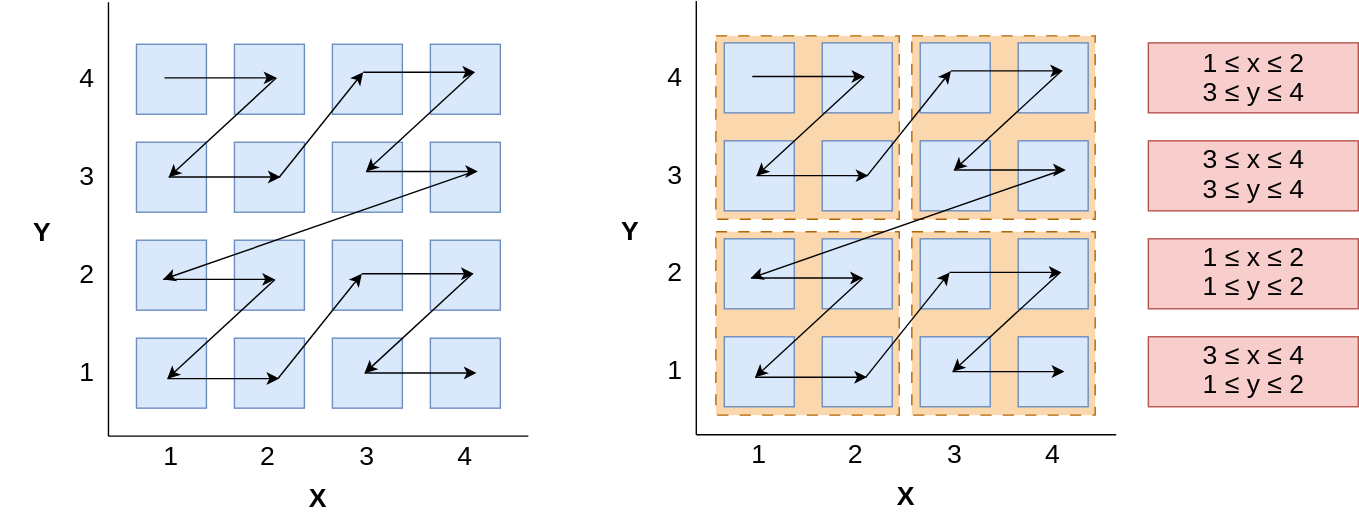
Earlier version of the draw.io export assets/posts/spatial-index/z-order.svg (addu390/addu390.github.io). Source tidied: cells renumbered, new cells last; positions are measured from the earlier drawing's top-left corner, leaving out a move shared by most shapes.
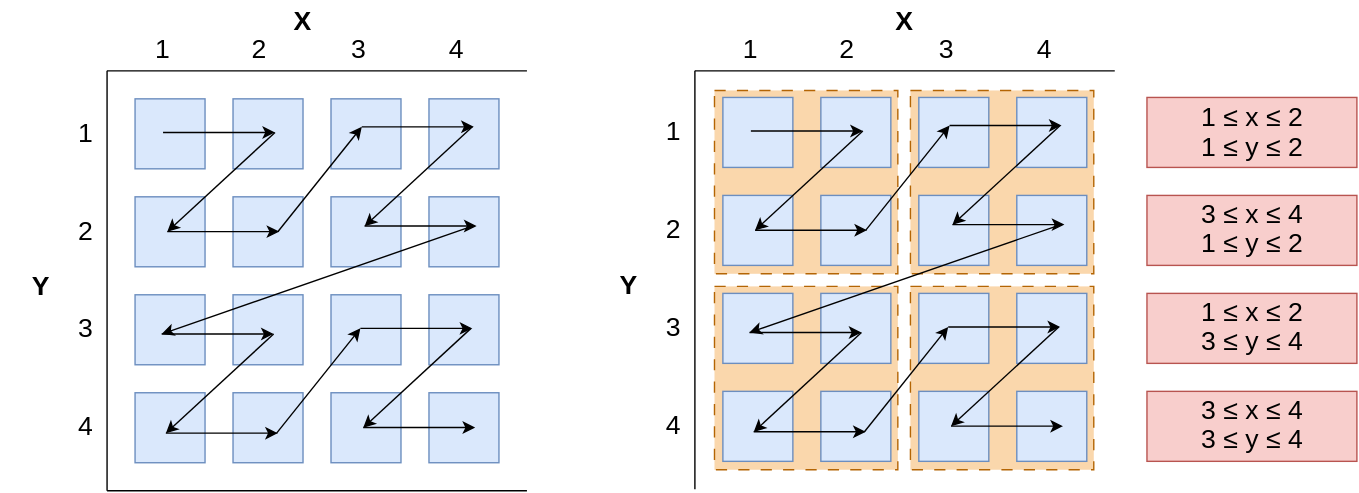
Above is the later version.

Diff of the diagram source:
```diff
@@ -65,7 +65,7 @@
     <mxCell id="22" style="endArrow=none;html=1;rounded=0;endFill=0;" parent="1" edge="1">
       <mxGeometry relative="1" as="geometry">
         <mxPoint x="77" y="311" as="sourcePoint" />
-        <mxPoint x="77" y="1" as="targetPoint" />
+        <mxPoint x="77" y="11" as="targetPoint" />
       </mxGeometry>
     </mxCell>
     <mxCell id="23" style="endArrow=none;html=1;rounded=0;endFill=0;" parent="1" edge="1">
@@ -75,31 +75,31 @@
       </mxGeometry>
     </mxCell>
     <mxCell id="24" value="&lt;font style=&quot;font-size: 19px;&quot;&gt;1&lt;/font&gt;" style="text;html=1;align=center;verticalAlign=middle;whiteSpace=wrap;rounded=0;" parent="1" vertex="1">
-      <mxGeometry x="92" y="311" width="60" height="30" as="geometry" />
+      <mxGeometry x="87" y="-19" width="60" height="30" as="geometry" />
     </mxCell>
     <mxCell id="25" value="&lt;font style=&quot;font-size: 19px;&quot;&gt;2&lt;/font&gt;" style="text;html=1;align=center;verticalAlign=middle;whiteSpace=wrap;rounded=0;" parent="1" vertex="1">
-      <mxGeometry x="161" y="311" width="60" height="30" as="geometry" />
+      <mxGeometry x="156" y="-19" width="60" height="30" as="geometry" />
     </mxCell>
     <mxCell id="26" value="&lt;font style=&quot;font-size: 19px;&quot;&gt;3&lt;/font&gt;" style="text;html=1;align=center;verticalAlign=middle;whiteSpace=wrap;rounded=0;" parent="1" vertex="1">
-      <mxGeometry x="232" y="311" width="60" height="30" as="geometry" />
+      <mxGeometry x="227" y="-19" width="60" height="30" as="geometry" />
     </mxCell>
     <mxCell id="27" value="&lt;font style=&quot;font-size: 19px;&quot;&gt;4&lt;/font&gt;" style="text;html=1;align=center;verticalAlign=middle;whiteSpace=wrap;rounded=0;" parent="1" vertex="1">
-      <mxGeometry x="302" y="311" width="60" height="30" as="geometry" />
+      <mxGeometry x="297" y="-19" width="60" height="30" as="geometry" />
     </mxCell>
-    <mxCell id="28" value="&lt;font style=&quot;font-size: 19px;&quot;&gt;1&lt;/font&gt;" style="text;html=1;align=center;verticalAlign=middle;whiteSpace=wrap;rounded=0;" parent="1" vertex="1">
+    <mxCell id="28" value="&lt;font style=&quot;font-size: 19px;&quot;&gt;4&lt;/font&gt;" style="text;html=1;align=center;verticalAlign=middle;whiteSpace=wrap;rounded=0;" parent="1" vertex="1">
       <mxGeometry x="32" y="251" width="60" height="30" as="geometry" />
     </mxCell>
-    <mxCell id="29" value="&lt;font style=&quot;font-size: 19px;&quot;&gt;2&lt;/font&gt;" style="text;html=1;align=center;verticalAlign=middle;whiteSpace=wrap;rounded=0;" parent="1" vertex="1">
+    <mxCell id="29" value="&lt;font style=&quot;font-size: 19px;&quot;&gt;3&lt;/font&gt;" style="text;html=1;align=center;verticalAlign=middle;whiteSpace=wrap;rounded=0;" parent="1" vertex="1">
       <mxGeometry x="32" y="181" width="60" height="30" as="geometry" />
     </mxCell>
-    <mxCell id="30" value="&lt;font style=&quot;font-size: 19px;&quot;&gt;3&lt;/font&gt;" style="text;html=1;align=center;verticalAlign=middle;whiteSpace=wrap;rounded=0;" parent="1" vertex="1">
+    <mxCell id="30" value="&lt;font style=&quot;font-size: 19px;&quot;&gt;2&lt;/font&gt;" style="text;html=1;align=center;verticalAlign=middle;whiteSpace=wrap;rounded=0;" parent="1" vertex="1">
       <mxGeometry x="32" y="111" width="60" height="30" as="geometry" />
     </mxCell>
-    <mxCell id="31" value="&lt;font style=&quot;font-size: 19px;&quot;&gt;4&lt;/font&gt;" style="text;html=1;align=center;verticalAlign=middle;whiteSpace=wrap;rounded=0;" parent="1" vertex="1">
+    <mxCell id="31" value="&lt;font style=&quot;font-size: 19px;&quot;&gt;1&lt;/font&gt;" style="text;html=1;align=center;verticalAlign=middle;whiteSpace=wrap;rounded=0;" parent="1" vertex="1">
       <mxGeometry x="32" y="41" width="60" height="30" as="geometry" />
     </mxCell>
     <mxCell id="32" value="&lt;font style=&quot;font-size: 19px;&quot;&gt;&lt;b&gt;X&lt;/b&gt;&lt;/font&gt;" style="text;html=1;align=center;verticalAlign=middle;whiteSpace=wrap;rounded=0;" parent="1" vertex="1">
-      <mxGeometry x="197" y="341" width="60" height="30" as="geometry" />
+      <mxGeometry x="187" y="-39" width="60" height="30" as="geometry" />
     </mxCell>
     <mxCell id="33" value="&lt;font style=&quot;font-size: 19px;&quot;&gt;&lt;b&gt;Y&lt;/b&gt;&lt;/font&gt;" style="text;html=1;align=center;verticalAlign=middle;whiteSpace=wrap;rounded=0;" parent="1" vertex="1">
       <mxGeometry y="151" width="60" height="30" as="geometry" />
@@ -244,41 +244,35 @@
     <mxCell id="65" style="endArrow=none;html=1;rounded=0;endFill=0;" parent="1" edge="1">
       <mxGeometry relative="1" as="geometry">
         <mxPoint x="497" y="310" as="sourcePoint" />
-        <mxPoint x="497" as="targetPoint" />
+        <mxPoint x="497" y="11" as="targetPoint" />
       </mxGeometry>
     </mxCell>
-    <mxCell id="66" style="endArrow=none;html=1;rounded=0;endFill=0;" parent="1" edge="1">
-      <mxGeometry relative="1" as="geometry">
-        <mxPoint x="497" y="310" as="sourcePoint" />
-        <mxPoint x="797" y="310" as="targetPoint" />
-      </mxGeometry>
-    </mxCell>
     <mxCell id="67" value="&lt;font style=&quot;font-size: 19px;&quot;&gt;1&lt;/font&gt;" style="text;html=1;align=center;verticalAlign=middle;whiteSpace=wrap;rounded=0;" parent="1" vertex="1">
-      <mxGeometry x="512" y="310" width="60" height="30" as="geometry" />
+      <mxGeometry x="507" y="-19" width="60" height="30" as="geometry" />
     </mxCell>
     <mxCell id="68" value="&lt;font style=&quot;font-size: 19px;&quot;&gt;2&lt;/font&gt;" style="text;html=1;align=center;verticalAlign=middle;whiteSpace=wrap;rounded=0;" parent="1" vertex="1">
-      <mxGeometry x="581" y="310" width="60" height="30" as="geometry" />
+      <mxGeometry x="576" y="-19" width="60" height="30" as="geometry" />
     </mxCell>
     <mxCell id="69" value="&lt;font style=&quot;font-size: 19px;&quot;&gt;3&lt;/font&gt;" style="text;html=1;align=center;verticalAlign=middle;whiteSpace=wrap;rounded=0;" parent="1" vertex="1">
-      <mxGeometry x="652" y="310" width="60" height="30" as="geometry" />
+      <mxGeometry x="647" y="-19" width="60" height="30" as="geometry" />
     </mxCell>
     <mxCell id="70" value="&lt;font style=&quot;font-size: 19px;&quot;&gt;4&lt;/font&gt;" style="text;html=1;align=center;verticalAlign=middle;whiteSpace=wrap;rounded=0;" parent="1" vertex="1">
-      <mxGeometry x="722" y="310" width="60" height="30" as="geometry" />
+      <mxGeometry x="717" y="-19" width="60" height="30" as="geometry" />
     </mxCell>
-    <mxCell id="71" value="&lt;font style=&quot;font-size: 19px;&quot;&gt;1&lt;/font&gt;" style="text;html=1;align=center;verticalAlign=middle;whiteSpace=wrap;rounded=0;" parent="1" vertex="1">
+    <mxCell id="71" value="&lt;font style=&quot;font-size: 19px;&quot;&gt;4&lt;/font&gt;" style="text;html=1;align=center;verticalAlign=middle;whiteSpace=wrap;rounded=0;" parent="1" vertex="1">
       <mxGeometry x="452" y="250" width="60" height="30" as="geometry" />
     </mxCell>
-    <mxCell id="72" value="&lt;font style=&quot;font-size: 19px;&quot;&gt;2&lt;/font&gt;" style="text;html=1;align=center;verticalAlign=middle;whiteSpace=wrap;rounded=0;" parent="1" vertex="1">
+    <mxCell id="72" value="&lt;font style=&quot;font-size: 19px;&quot;&gt;3&lt;/font&gt;" style="text;html=1;align=center;verticalAlign=middle;whiteSpace=wrap;rounded=0;" parent="1" vertex="1">
       <mxGeometry x="452" y="180" width="60" height="30" as="geometry" />
     </mxCell>
-    <mxCell id="73" value="&lt;font style=&quot;font-size: 19px;&quot;&gt;3&lt;/font&gt;" style="text;html=1;align=center;verticalAlign=middle;whiteSpace=wrap;rounded=0;" parent="1" vertex="1">
+    <mxCell id="73" value="&lt;font style=&quot;font-size: 19px;&quot;&gt;2&lt;/font&gt;" style="text;html=1;align=center;verticalAlign=middle;whiteSpace=wrap;rounded=0;" parent="1" vertex="1">
       <mxGeometry x="452" y="110" width="60" height="30" as="geometry" />
     </mxCell>
-    <mxCell id="74" value="&lt;font style=&quot;font-size: 19px;&quot;&gt;4&lt;/font&gt;" style="text;html=1;align=center;verticalAlign=middle;whiteSpace=wrap;rounded=0;" parent="1" vertex="1">
+    <mxCell id="74" value="&lt;font style=&quot;font-size: 19px;&quot;&gt;1&lt;/font&gt;" style="text;html=1;align=center;verticalAlign=middle;whiteSpace=wrap;rounded=0;" parent="1" vertex="1">
       <mxGeometry x="452" y="40" width="60" height="30" as="geometry" />
     </mxCell>
     <mxCell id="75" value="&lt;font style=&quot;font-size: 19px;&quot;&gt;&lt;b&gt;X&lt;/b&gt;&lt;/font&gt;" style="text;html=1;align=center;verticalAlign=middle;whiteSpace=wrap;rounded=0;" parent="1" vertex="1">
-      <mxGeometry x="617" y="340" width="60" height="30" as="geometry" />
+      <mxGeometry x="617" y="-39" width="60" height="30" as="geometry" />
     </mxCell>
     <mxCell id="76" value="&lt;font style=&quot;font-size: 19px;&quot;&gt;&lt;b&gt;Y&lt;/b&gt;&lt;/font&gt;" style="text;html=1;align=center;verticalAlign=middle;whiteSpace=wrap;rounded=0;" parent="1" vertex="1">
       <mxGeometry x="420" y="150" width="60" height="30" as="geometry" />
@@ -375,7 +369,7 @@
     <mxCell id="92" style="rounded=0;whiteSpace=wrap;html=1;fillColor=#f8cecc;strokeColor=#b85450;" parent="1" vertex="1">
       <mxGeometry x="820" y="30" width="150" height="50" as="geometry" />
     </mxCell>
-    <mxCell id="93" value="&lt;font style=&quot;font-size: 19px;&quot;&gt;&lt;span class=&quot;base&quot;&gt;&lt;span class=&quot;mord mathnormal&quot;&gt;3&amp;nbsp;&lt;/span&gt;&lt;span class=&quot;mspace&quot;&gt;&lt;/span&gt;&lt;span class=&quot;mrel&quot;&gt;≤ y&lt;/span&gt;&lt;/span&gt;&lt;span class=&quot;base&quot;&gt;&lt;span class=&quot;mord mathnormal&quot;&gt;&amp;nbsp;&lt;/span&gt;&lt;span class=&quot;mspace&quot;&gt;&lt;/span&gt;&lt;span class=&quot;mrel&quot;&gt;≤ 4&lt;/span&gt;&lt;/span&gt;&lt;/font&gt;" style="text;html=1;align=center;verticalAlign=middle;whiteSpace=wrap;rounded=0;" parent="1" vertex="1">
+    <mxCell id="93" value="&lt;font style=&quot;font-size: 19px;&quot;&gt;&lt;span class=&quot;base&quot;&gt;&lt;span class=&quot;mord mathnormal&quot;&gt;1&amp;nbsp;&lt;/span&gt;&lt;span class=&quot;mspace&quot;&gt;&lt;/span&gt;&lt;span class=&quot;mrel&quot;&gt;≤ y&lt;/span&gt;&lt;/span&gt;&lt;span class=&quot;base&quot;&gt;&lt;span class=&quot;mord mathnormal&quot;&gt;&amp;nbsp;&lt;/span&gt;&lt;span class=&quot;mspace&quot;&gt;&lt;/span&gt;&lt;span class=&quot;mrel&quot;&gt;≤ 2&lt;/span&gt;&lt;/span&gt;&lt;/font&gt;" style="text;html=1;align=center;verticalAlign=middle;whiteSpace=wrap;rounded=0;" parent="1" vertex="1">
       <mxGeometry x="857.5" y="61" width="75" height="10" as="geometry" />
     </mxCell>
     <mxCell id="94" value="&lt;span style=&quot;font-size: 19px;&quot; class=&quot;base&quot;&gt;&lt;span class=&quot;mord mathnormal&quot;&gt;1&amp;nbsp;&lt;/span&gt;&lt;span class=&quot;mspace&quot;&gt;&lt;/span&gt;&lt;span class=&quot;mrel&quot;&gt;≤&amp;nbsp;&lt;/span&gt;&lt;span class=&quot;mspace&quot;&gt;&lt;/span&gt;&lt;/span&gt;&lt;span style=&quot;font-size: 19px;&quot; class=&quot;base&quot;&gt;&lt;span class=&quot;strut&quot;&gt;&lt;/span&gt;&lt;span class=&quot;mord mathnormal&quot;&gt;x&amp;nbsp;&lt;/span&gt;&lt;span class=&quot;mspace&quot;&gt;&lt;/span&gt;&lt;span class=&quot;mrel&quot;&gt;≤ 2&lt;/span&gt;&lt;/span&gt;" style="text;html=1;align=center;verticalAlign=middle;whiteSpace=wrap;rounded=0;" parent="1" vertex="1">
@@ -390,23 +384,35 @@
     <mxCell id="97" style="rounded=0;whiteSpace=wrap;html=1;fillColor=#f8cecc;strokeColor=#b85450;" parent="1" vertex="1">
       <mxGeometry x="820" y="240" width="150" height="50" as="geometry" />
     </mxCell>
-    <mxCell id="98" value="&lt;font style=&quot;font-size: 19px;&quot;&gt;&lt;span class=&quot;base&quot;&gt;&lt;span class=&quot;mord mathnormal&quot;&gt;3&amp;nbsp;&lt;/span&gt;&lt;span class=&quot;mspace&quot;&gt;&lt;/span&gt;&lt;span class=&quot;mrel&quot;&gt;≤ y&lt;/span&gt;&lt;/span&gt;&lt;span class=&quot;base&quot;&gt;&lt;span class=&quot;mord mathnormal&quot;&gt;&amp;nbsp;&lt;/span&gt;&lt;span class=&quot;mspace&quot;&gt;&lt;/span&gt;&lt;span class=&quot;mrel&quot;&gt;≤ 4&lt;/span&gt;&lt;/span&gt;&lt;/font&gt;" style="text;html=1;align=center;verticalAlign=middle;whiteSpace=wrap;rounded=0;" parent="1" vertex="1">
+    <mxCell id="98" value="&lt;font style=&quot;font-size: 19px;&quot;&gt;&lt;span class=&quot;base&quot;&gt;&lt;span class=&quot;mord mathnormal&quot;&gt;1&amp;nbsp;&lt;/span&gt;&lt;span class=&quot;mspace&quot;&gt;&lt;/span&gt;&lt;span class=&quot;mrel&quot;&gt;≤ y&lt;/span&gt;&lt;/span&gt;&lt;span class=&quot;base&quot;&gt;&lt;span class=&quot;mord mathnormal&quot;&gt;&amp;nbsp;&lt;/span&gt;&lt;span class=&quot;mspace&quot;&gt;&lt;/span&gt;&lt;span class=&quot;mrel&quot;&gt;≤ 2&lt;/span&gt;&lt;/span&gt;&lt;/font&gt;" style="text;html=1;align=center;verticalAlign=middle;whiteSpace=wrap;rounded=0;" parent="1" vertex="1">
       <mxGeometry x="857.5" y="129.5" width="75" height="10" as="geometry" />
     </mxCell>
     <mxCell id="99" value="&lt;span style=&quot;font-size: 19px;&quot; class=&quot;base&quot;&gt;&lt;span class=&quot;mord mathnormal&quot;&gt;3&amp;nbsp;&lt;/span&gt;&lt;span class=&quot;mspace&quot;&gt;&lt;/span&gt;&lt;span class=&quot;mrel&quot;&gt;≤&amp;nbsp;&lt;/span&gt;&lt;span class=&quot;mspace&quot;&gt;&lt;/span&gt;&lt;/span&gt;&lt;span style=&quot;font-size: 19px;&quot; class=&quot;base&quot;&gt;&lt;span class=&quot;strut&quot;&gt;&lt;/span&gt;&lt;span class=&quot;mord mathnormal&quot;&gt;x&amp;nbsp;&lt;/span&gt;&lt;span class=&quot;mspace&quot;&gt;&lt;/span&gt;&lt;span class=&quot;mrel&quot;&gt;≤ 4&lt;/span&gt;&lt;/span&gt;" style="text;html=1;align=center;verticalAlign=middle;whiteSpace=wrap;rounded=0;" parent="1" vertex="1">
       <mxGeometry x="852.5" y="108.5" width="85" height="10" as="geometry" />
     </mxCell>
-    <mxCell id="100" value="&lt;font style=&quot;font-size: 19px;&quot;&gt;&lt;span class=&quot;base&quot;&gt;&lt;span class=&quot;mord mathnormal&quot;&gt;1&amp;nbsp;&lt;/span&gt;&lt;span class=&quot;mspace&quot;&gt;&lt;/span&gt;&lt;span class=&quot;mrel&quot;&gt;≤ y&lt;/span&gt;&lt;/span&gt;&lt;span class=&quot;base&quot;&gt;&lt;span class=&quot;mord mathnormal&quot;&gt;&amp;nbsp;&lt;/span&gt;&lt;span class=&quot;mspace&quot;&gt;&lt;/span&gt;&lt;span class=&quot;mrel&quot;&gt;≤ 2&lt;/span&gt;&lt;/span&gt;&lt;/font&gt;" style="text;html=1;align=center;verticalAlign=middle;whiteSpace=wrap;rounded=0;" parent="1" vertex="1">
+    <mxCell id="100" value="&lt;font style=&quot;font-size: 19px;&quot;&gt;&lt;span class=&quot;base&quot;&gt;&lt;span class=&quot;mord mathnormal&quot;&gt;3&amp;nbsp;&lt;/span&gt;&lt;span class=&quot;mspace&quot;&gt;&lt;/span&gt;&lt;span class=&quot;mrel&quot;&gt;≤ y&lt;/span&gt;&lt;/span&gt;&lt;span class=&quot;base&quot;&gt;&lt;span class=&quot;mord mathnormal&quot;&gt;&amp;nbsp;&lt;/span&gt;&lt;span class=&quot;mspace&quot;&gt;&lt;/span&gt;&lt;span class=&quot;mrel&quot;&gt;≤ 4&lt;/span&gt;&lt;/span&gt;&lt;/font&gt;" style="text;html=1;align=center;verticalAlign=middle;whiteSpace=wrap;rounded=0;" parent="1" vertex="1">
       <mxGeometry x="857.5" y="199.5" width="75" height="10" as="geometry" />
     </mxCell>
     <mxCell id="101" value="&lt;span style=&quot;font-size: 19px;&quot; class=&quot;base&quot;&gt;&lt;span class=&quot;mord mathnormal&quot;&gt;1&amp;nbsp;&lt;/span&gt;&lt;span class=&quot;mspace&quot;&gt;&lt;/span&gt;&lt;span class=&quot;mrel&quot;&gt;≤&amp;nbsp;&lt;/span&gt;&lt;span class=&quot;mspace&quot;&gt;&lt;/span&gt;&lt;/span&gt;&lt;span style=&quot;font-size: 19px;&quot; class=&quot;base&quot;&gt;&lt;span class=&quot;strut&quot;&gt;&lt;/span&gt;&lt;span class=&quot;mord mathnormal&quot;&gt;x&amp;nbsp;&lt;/span&gt;&lt;span class=&quot;mspace&quot;&gt;&lt;/span&gt;&lt;span class=&quot;mrel&quot;&gt;≤ 2&lt;/span&gt;&lt;/span&gt;" style="text;html=1;align=center;verticalAlign=middle;whiteSpace=wrap;rounded=0;" parent="1" vertex="1">
       <mxGeometry x="852.5" y="178.5" width="85" height="10" as="geometry" />
     </mxCell>
-    <mxCell id="102" value="&lt;font style=&quot;font-size: 19px;&quot;&gt;&lt;span class=&quot;base&quot;&gt;&lt;span class=&quot;mord mathnormal&quot;&gt;1&amp;nbsp;&lt;/span&gt;&lt;span class=&quot;mspace&quot;&gt;&lt;/span&gt;&lt;span class=&quot;mrel&quot;&gt;≤ y&lt;/span&gt;&lt;/span&gt;&lt;span class=&quot;base&quot;&gt;&lt;span class=&quot;mord mathnormal&quot;&gt;&amp;nbsp;&lt;/span&gt;&lt;span class=&quot;mspace&quot;&gt;&lt;/span&gt;&lt;span class=&quot;mrel&quot;&gt;≤ 2&lt;/span&gt;&lt;/span&gt;&lt;/font&gt;" style="text;html=1;align=center;verticalAlign=middle;whiteSpace=wrap;rounded=0;" parent="1" vertex="1">
+    <mxCell id="102" value="&lt;font style=&quot;font-size: 19px;&quot;&gt;&lt;span class=&quot;base&quot;&gt;&lt;span class=&quot;mord mathnormal&quot;&gt;3&amp;nbsp;&lt;/span&gt;&lt;span class=&quot;mspace&quot;&gt;&lt;/span&gt;&lt;span class=&quot;mrel&quot;&gt;≤ y&lt;/span&gt;&lt;/span&gt;&lt;span class=&quot;base&quot;&gt;&lt;span class=&quot;mord mathnormal&quot;&gt;&amp;nbsp;&lt;/span&gt;&lt;span class=&quot;mspace&quot;&gt;&lt;/span&gt;&lt;span class=&quot;mrel&quot;&gt;≤ 4&lt;/span&gt;&lt;/span&gt;&lt;/font&gt;" style="text;html=1;align=center;verticalAlign=middle;whiteSpace=wrap;rounded=0;" parent="1" vertex="1">
       <mxGeometry x="857.5" y="270" width="75" height="10" as="geometry" />
     </mxCell>
     <mxCell id="103" value="&lt;span style=&quot;font-size: 19px;&quot; class=&quot;base&quot;&gt;&lt;span class=&quot;mord mathnormal&quot;&gt;3&amp;nbsp;&lt;/span&gt;&lt;span class=&quot;mspace&quot;&gt;&lt;/span&gt;&lt;span class=&quot;mrel&quot;&gt;≤&amp;nbsp;&lt;/span&gt;&lt;span class=&quot;mspace&quot;&gt;&lt;/span&gt;&lt;/span&gt;&lt;span style=&quot;font-size: 19px;&quot; class=&quot;base&quot;&gt;&lt;span class=&quot;strut&quot;&gt;&lt;/span&gt;&lt;span class=&quot;mord mathnormal&quot;&gt;x&amp;nbsp;&lt;/span&gt;&lt;span class=&quot;mspace&quot;&gt;&lt;/span&gt;&lt;span class=&quot;mrel&quot;&gt;≤ 4&lt;/span&gt;&lt;/span&gt;" style="text;html=1;align=center;verticalAlign=middle;whiteSpace=wrap;rounded=0;" parent="1" vertex="1">
       <mxGeometry x="852.5" y="249" width="85" height="10" as="geometry" />
     </mxCell>
+    <mxCell id="104" style="endArrow=none;html=1;rounded=0;endFill=0;" parent="1" edge="1">
+      <mxGeometry relative="1" as="geometry">
+        <mxPoint x="77" y="11" as="sourcePoint" />
+        <mxPoint x="377" y="11" as="targetPoint" />
+      </mxGeometry>
+    </mxCell>
+    <mxCell id="105" style="endArrow=none;html=1;rounded=0;endFill=0;" parent="1" edge="1">
+      <mxGeometry relative="1" as="geometry">
+        <mxPoint x="497" y="11" as="sourcePoint" />
+        <mxPoint x="797" y="11" as="targetPoint" />
+      </mxGeometry>
+    </mxCell>
   </root>
 </mxGraphModel>
```
